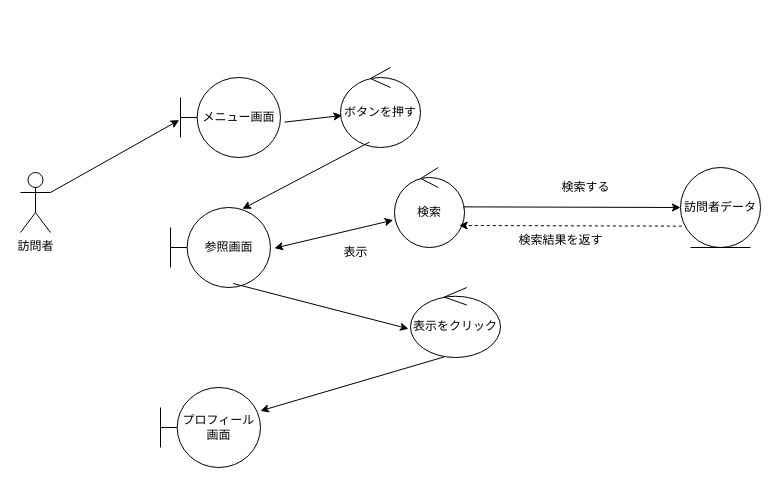
ko246/ohara_uml keeps this draw.io diagram as group/07_web_visitor/ロバストネス図/robustness_02_index.drawio. Above is the earlier version. Source tidied: cells renumbered, new cells numbered last; positions are measured from the earlier drawing's top-left corner, leaving out a move shared by most shapes. Both pictures are drawn from the tidied source at 100%, with x=0, y=0 at pixel (20, 67).
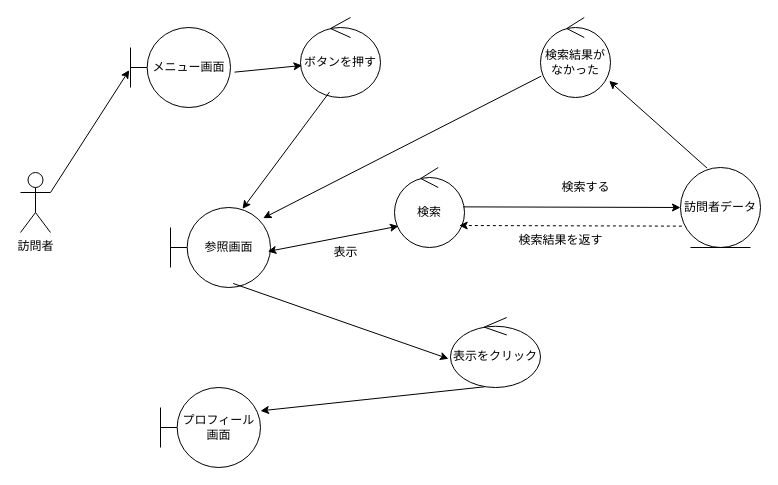
The same diagram, later.

Unchanged cells that the change refers to:
```xml
<mxCell id="5" value="検索" style="ellipse;shape=umlControl;whiteSpace=wrap;html=1;" parent="1" vertex="1">
  <mxGeometry x="374" y="100" width="70" height="80" as="geometry" />
</mxCell>
<mxCell id="6" value="訪問者データ" style="ellipse;shape=umlEntity;whiteSpace=wrap;html=1;" parent="1" vertex="1">
  <mxGeometry x="660" y="100" width="80" height="80" as="geometry" />
</mxCell>
<mxCell id="8" value="参照画面" style="shape=umlBoundary;whiteSpace=wrap;html=1;fontStyle=0;" parent="1" vertex="1">
  <mxGeometry x="150" y="140" width="100" height="80" as="geometry" />
</mxCell>
```

Change to the diagram source:
```diff
@@
     <mxCell id="3" value="メニュー画面" style="shape=umlBoundary;whiteSpace=wrap;html=1;" parent="1" vertex="1">
-      <mxGeometry x="160" y="10" width="100" height="80" as="geometry" />
+      <mxGeometry x="110" y="-40" width="100" height="80" as="geometry" />
     </mxCell>
@@
-    <mxCell id="9" style="endArrow=classic;startArrow=classic;html=1;exitX=1.04;exitY=0.508;exitDx=0;exitDy=0;exitPerimeter=0;entryX=-0.019;entryY=0.658;entryDx=0;entryDy=0;entryPerimeter=0;" parent="1" edge="1" source="8" target="5">
-      <mxGeometry relative="1" as="geometry" />
-    </mxCell>
     <mxCell id="10" value="ボタンを押す" style="ellipse;shape=umlControl;whiteSpace=wrap;html=1;" parent="1" vertex="1">
-      <mxGeometry x="320" width="80" height="80" as="geometry" />
+      <mxGeometry x="280" y="-50" width="80" height="80" as="geometry" />
     </mxCell>
@@
     <mxCell id="14" value="表示" style="text;html=1;align=center;verticalAlign=middle;strokeColor=none;fillColor=none;" parent="1" vertex="1">
-      <mxGeometry x="310" y="170" width="50" height="30" as="geometry" />
+      <mxGeometry x="300" y="170" width="50" height="30" as="geometry" />
     </mxCell>
@@
     <mxCell id="19" value="表示をクリック" style="ellipse;shape=umlControl;whiteSpace=wrap;html=1;" parent="1" vertex="1">
-      <mxGeometry x="390" y="220" width="90" height="70" as="geometry" />
+      <mxGeometry x="430" y="250" width="90" height="70" as="geometry" />
     </mxCell>
@@
+    <mxCell id="21" value="検索結果がなかった" style="ellipse;shape=umlControl;whiteSpace=wrap;html=1;" parent="1" vertex="1">
+      <mxGeometry x="520" y="-50" width="70" height="80" as="geometry" />
+    </mxCell>
+    <mxCell id="22" style="endArrow=classic;html=1;entryX=0.981;entryY=0.792;entryDx=0;entryDy=0;exitX=0.333;exitY=0.008;exitDx=0;exitDy=0;exitPerimeter=0;entryPerimeter=0;" parent="1" edge="1" source="6" target="21">
+      <mxGeometry relative="1" as="geometry" />
+    </mxCell>
+    <mxCell id="23" style="endArrow=classic;html=1;entryX=0.927;entryY=0.133;entryDx=0;entryDy=0;exitX=0.01;exitY=0.733;exitDx=0;exitDy=0;exitPerimeter=0;entryPerimeter=0;" parent="1" edge="1" source="21" target="8">
+      <mxGeometry relative="1" as="geometry" />
+    </mxCell>
+    <mxCell id="9" style="endArrow=classic;startArrow=classic;html=1;exitX=0.973;exitY=0.55;exitDx=0;exitDy=0;exitPerimeter=0;entryX=0.057;entryY=0.733;entryDx=0;entryDy=0;entryPerimeter=0;" parent="1" edge="1" source="8" target="5">
+      <mxGeometry relative="1" as="geometry" />
+    </mxCell>
```
